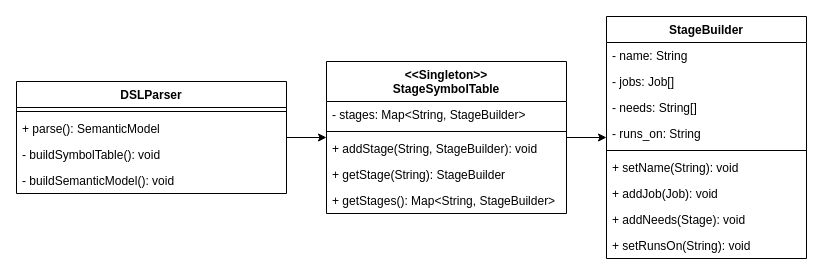
The draw.io diagram page "Parser" (2 of 6) of documentation/diagrams/SystemOverview.drawio in Tobiaskr12/SingularCI, before the edit. Source tidied: cells renumbered, new cells numbered last; positions are measured from the earlier drawing's top-left corner, leaving out a move shared by most shapes. Both pictures are drawn from the tidied source at 100%, with x=0, y=0 at pixel (16, 16).
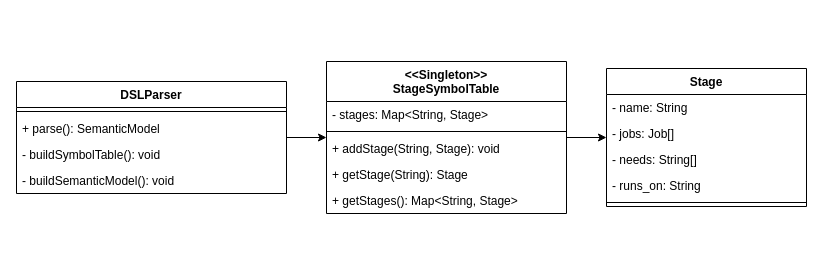
After the change.

Commit message:
Update Parser Diagram

The change refers to these unchanged cells:
```xml
<mxCell id="9" value="&lt;&lt;Singleton&gt;&gt;&#10;StageSymbolTable" style="swimlane;fontStyle=1;align=center;verticalAlign=top;horizontal=1;startSize=40;" parent="1" vertex="1">
  <mxGeometry x="310" y="45" width="240" height="152" as="geometry" />
</mxCell>
```

Change to the diagram source:
```diff
@@
-    <mxCell id="10" value="- stages: Map&lt;String, StageBuilder&gt;" style="text;strokeColor=none;fillColor=none;align=left;verticalAlign=top;spacingLeft=4;spacingRight=4;overflow=hidden;" parent="9" vertex="1">
+    <mxCell id="10" value="- stages: Map&lt;String, Stage&gt;" style="text;strokeColor=none;fillColor=none;align=left;verticalAlign=top;spacingLeft=4;spacingRight=4;overflow=hidden;fontStyle=0;" parent="9" vertex="1">
       <mxGeometry y="40" width="240" height="26" as="geometry" />
     </mxCell>
@@
-    <mxCell id="12" value="+ addStage(String, StageBuilder): void" style="text;strokeColor=none;fillColor=none;align=left;verticalAlign=top;spacingLeft=4;spacingRight=4;overflow=hidden;" parent="9" vertex="1">
+    <mxCell id="12" value="+ addStage(String, Stage): void" style="text;strokeColor=none;fillColor=none;align=left;verticalAlign=top;spacingLeft=4;spacingRight=4;overflow=hidden;" parent="9" vertex="1">
       <mxGeometry y="74" width="240" height="26" as="geometry" />
     </mxCell>
-    <mxCell id="13" value="+ getStage(String): StageBuilder" style="text;strokeColor=none;fillColor=none;align=left;verticalAlign=top;spacingLeft=4;spacingRight=4;overflow=hidden;" parent="9" vertex="1">
+    <mxCell id="13" value="+ getStage(String): Stage" style="text;strokeColor=none;fillColor=none;align=left;verticalAlign=top;spacingLeft=4;spacingRight=4;overflow=hidden;" parent="9" vertex="1">
       <mxGeometry y="100" width="240" height="26" as="geometry" />
     </mxCell>
-    <mxCell id="14" value="+ getStages(): Map&lt;String, StageBuilder&gt;" style="text;strokeColor=none;fillColor=none;align=left;verticalAlign=top;spacingLeft=4;spacingRight=4;overflow=hidden;" parent="9" vertex="1">
+    <mxCell id="14" value="+ getStages(): Map&lt;String, Stage&gt;" style="text;strokeColor=none;fillColor=none;align=left;verticalAlign=top;spacingLeft=4;spacingRight=4;overflow=hidden;" parent="9" vertex="1">
       <mxGeometry y="126" width="240" height="26" as="geometry" />
     </mxCell>
-    <mxCell id="15" value="StageBuilder" style="swimlane;fontStyle=1;align=center;verticalAlign=top;horizontal=1;startSize=26;" parent="1" vertex="1">
-      <mxGeometry x="590" width="200" height="242" as="geometry" />
+    <mxCell id="15" value="Stage" style="swimlane;fontStyle=1;align=center;verticalAlign=top;horizontal=1;startSize=26;" parent="1" vertex="1">
+      <mxGeometry x="590" y="52" width="200" height="138" as="geometry" />
     </mxCell>
@@
-    <mxCell id="21" value="+ setName(String): void" style="text;strokeColor=none;fillColor=none;align=left;verticalAlign=top;spacingLeft=4;spacingRight=4;overflow=hidden;" parent="15" vertex="1">
-      <mxGeometry y="138" width="200" height="26" as="geometry" />
-    </mxCell>
-    <mxCell id="22" value="+ addJob(Job): void" style="text;strokeColor=none;fillColor=none;align=left;verticalAlign=top;spacingLeft=4;spacingRight=4;overflow=hidden;" parent="15" vertex="1">
-      <mxGeometry y="164" width="200" height="26" as="geometry" />
-    </mxCell>
-    <mxCell id="23" value="+ addNeeds(Stage): void" style="text;strokeColor=none;fillColor=none;align=left;verticalAlign=top;spacingLeft=4;spacingRight=4;overflow=hidden;" parent="15" vertex="1">
-      <mxGeometry y="190" width="200" height="26" as="geometry" />
-    </mxCell>
-    <mxCell id="24" value="+ setRunsOn(String): void" style="text;strokeColor=none;fillColor=none;align=left;verticalAlign=top;spacingLeft=4;spacingRight=4;overflow=hidden;" parent="15" vertex="1">
-      <mxGeometry y="216" width="200" height="26" as="geometry" />
-    </mxCell>
```
